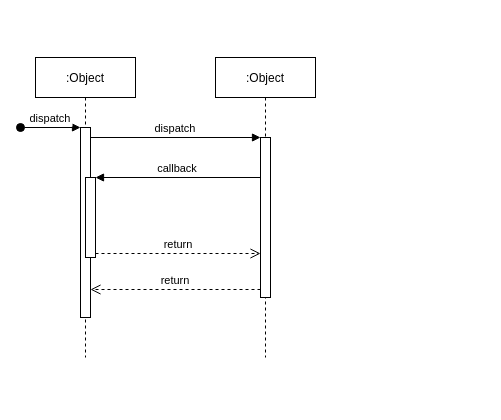
This is Sekvensdiagram Øving11.drawio from eltalstad/Programmering-1, a draw.io file, before an edit. Source tidied: cells renumbered, new cells numbered last; positions are measured from the earlier drawing's top-left corner, leaving out a move shared by most shapes. Both pictures are drawn from the tidied source at 100%, with x=0, y=0 at pixel (20, 57).
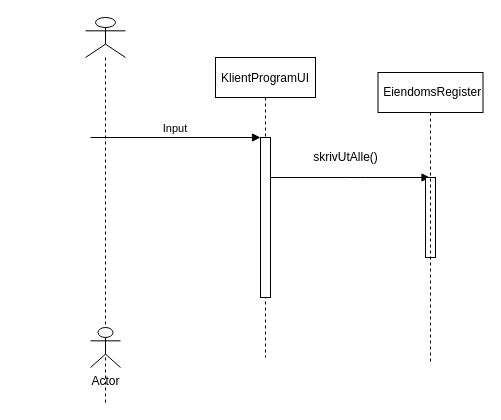
Above is the later version.

Change to the diagram source:
```diff
@@
 <mxGraphModel>
   <root>
     <mxCell id="0" />
     <mxCell id="1" parent="0" />
-    <mxCell id="2" value=":Object" style="shape=umlLifeline;perimeter=lifelinePerimeter;rounded=0;shadow=0;strokeWidth=1;" parent="1" vertex="1">
-      <mxGeometry x="15" width="100" height="300" as="geometry" />
-    </mxCell>
-    <mxCell id="3" style="points=[];perimeter=orthogonalPerimeter;rounded=0;shadow=0;strokeWidth=1;" parent="2" vertex="1">
-      <mxGeometry x="45" y="70" width="10" height="190" as="geometry" />
-    </mxCell>
-    <mxCell id="4" value="dispatch" style="verticalAlign=bottom;startArrow=oval;endArrow=block;startSize=8;shadow=0;strokeWidth=1;" parent="2" edge="1" target="3">
-      <mxGeometry relative="1" as="geometry">
-        <mxPoint x="-15" y="70" as="sourcePoint" />
-      </mxGeometry>
-    </mxCell>
-    <mxCell id="5" style="points=[];perimeter=orthogonalPerimeter;rounded=0;shadow=0;strokeWidth=1;" parent="2" vertex="1">
-      <mxGeometry x="50" y="120" width="10" height="80" as="geometry" />
-    </mxCell>
-    <mxCell id="6" value=":Object" style="shape=umlLifeline;perimeter=lifelinePerimeter;rounded=0;shadow=0;strokeWidth=1;" parent="1" vertex="1">
+    <mxCell id="6" value="KlientProgramUI" style="shape=umlLifeline;perimeter=lifelinePerimeter;rounded=0;shadow=0;strokeWidth=1;" parent="1" vertex="1">
       <mxGeometry x="195" width="100" height="300" as="geometry" />
     </mxCell>
     <mxCell id="7" style="points=[];perimeter=orthogonalPerimeter;rounded=0;shadow=0;strokeWidth=1;" parent="6" vertex="1">
       <mxGeometry x="45" y="80" width="10" height="160" as="geometry" />
     </mxCell>
-    <mxCell id="8" value="return" style="verticalAlign=bottom;endArrow=open;dashed=1;endSize=8;exitX=0;exitY=0.95;shadow=0;strokeWidth=1;" parent="1" edge="1" source="7" target="3">
-      <mxGeometry relative="1" as="geometry" />
-    </mxCell>
-    <mxCell id="9" value="dispatch" style="verticalAlign=bottom;endArrow=block;entryX=0;entryY=0;shadow=0;strokeWidth=1;" parent="1" edge="1" source="3" target="7">
-      <mxGeometry relative="1" as="geometry" />
+    <mxCell id="9" value="Input" style="verticalAlign=bottom;endArrow=block;entryX=0;entryY=0;shadow=0;strokeWidth=1;" parent="1" edge="1" target="7">
+      <mxGeometry relative="1" as="geometry">
+        <mxPoint x="70" y="80" as="sourcePoint" />
+      </mxGeometry>
     </mxCell>
-    <mxCell id="10" value="callback" style="verticalAlign=bottom;endArrow=block;entryX=1;entryY=0;shadow=0;strokeWidth=1;" parent="1" edge="1" source="7" target="5">
-      <mxGeometry relative="1" as="geometry" />
+    <mxCell id="10" style="verticalAlign=bottom;endArrow=block;shadow=0;strokeWidth=1;" parent="1" edge="1" source="7" target="14">
+      <mxGeometry relative="1" as="geometry">
+        <Array as="points">
+          <mxPoint x="335" y="120" />
+        </Array>
+      </mxGeometry>
     </mxCell>
-    <mxCell id="11" value="return" style="verticalAlign=bottom;endArrow=open;dashed=1;endSize=8;exitX=1;exitY=0.95;shadow=0;strokeWidth=1;" parent="1" edge="1" source="5" target="7">
-      <mxGeometry relative="1" as="geometry" />
-    </mxCell>
+    <mxCell id="5" style="points=[];perimeter=orthogonalPerimeter;rounded=0;shadow=0;strokeWidth=1;" parent="1" vertex="1">
+      <mxGeometry x="405" y="120" width="10" height="80" as="geometry" />
+    </mxCell>
+    <mxCell id="12" style="shape=umlLifeline;participant=umlActor;perimeter=lifelinePerimeter;whiteSpace=wrap;html=1;verticalAlign=top;spacingTop=36;" parent="1" vertex="1">
+      <mxGeometry x="65" y="-40" width="40" height="385" as="geometry" />
+    </mxCell>
+    <mxCell id="13" value="Actor" style="shape=umlActor;verticalLabelPosition=bottom;verticalAlign=top;html=1;" parent="12" vertex="1">
+      <mxGeometry x="5" y="310" width="30" height="40" as="geometry" />
+    </mxCell>
+    <mxCell id="14" value="&amp;nbsp;EiendomsRegister" style="shape=umlLifeline;perimeter=lifelinePerimeter;whiteSpace=wrap;html=1;outlineConnect=0;" parent="1" vertex="1">
+      <mxGeometry x="357.5" y="15" width="105" height="290" as="geometry" />
+    </mxCell>
+    <mxCell id="15" value="skrivUtAlle()" style="text;html=1;align=center;verticalAlign=middle;fillColor=none;strokeColor=none;rounded=0;" parent="1" vertex="1">
+      <mxGeometry x="285" y="90" width="80" height="20" as="geometry" />
+    </mxCell>
   </root>
 </mxGraphModel>
```
